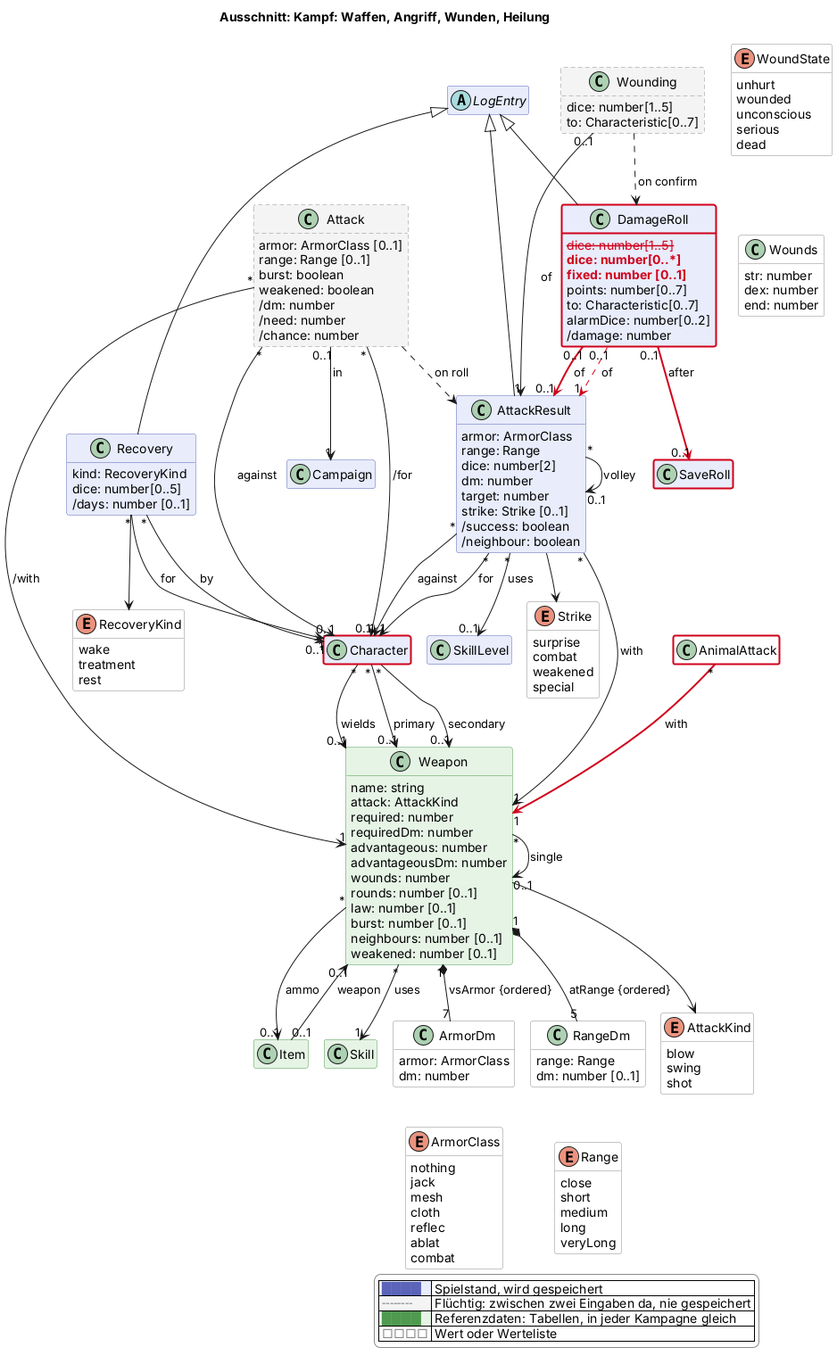
Before: docs/views/kampf.png, a diagram exported from PlantUML (scuzzar/SRE).
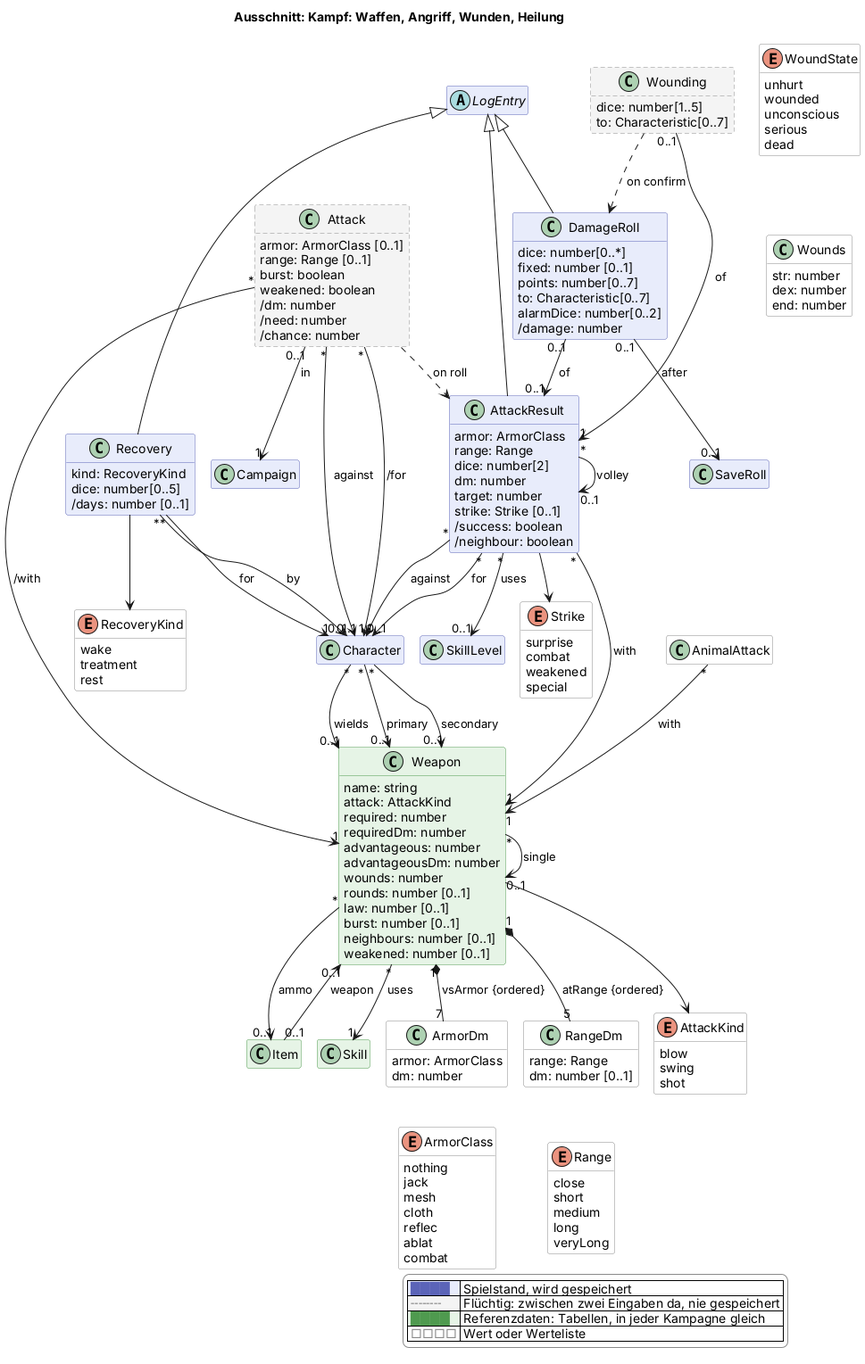
After the commit.

What changed in the source:
```diff
@@ -73,7 +73,7 @@
 
 
   abstract class LogEntry $probe
-  class SaveRoll $begegnung $newClass("2026-11-12c")
+  class SaveRoll $begegnung
 
   class Attack <<transient>> $kampf {
     armor: ArmorClass [0..1]
@@ -111,9 +111,8 @@
     rest
   }
   class DamageRoll $kampf {
-    $gone("2026-11-12c", "dice: number[1..5]")
-    $new("2026-11-12c", "dice: number[0..*]")
-    $new("2026-11-12c", "fixed: number [0..1]")
+    dice: number[0..*]
+    fixed: number [0..1]
     points: number[0..7]
     to: Characteristic[0..7]
     alarmDice: number[0..2]
@@ -135,7 +134,7 @@
     serious
     dead
   }
-  class AnimalAttack <<value>> $begegnung $newClass("2026-11-12c")
+  class AnimalAttack <<value>> $begegnung
 
   class Skill <<reference>> $charakter
   class Item <<reference>> $shop
@@ -220,13 +219,12 @@
 AttackResult "*" --> "0..1" SkillLevel : uses
 AttackResult "*" --> "0..1" AttackResult : volley
 AttackResult --> Strike
-DamageRoll "0..1" -$goneArrow("2026-11-12c")-> "1" AttackResult : of
-DamageRoll "0..1" -$newArrow("2026-11-12c")-> "0..1" AttackResult : of
+DamageRoll "0..1" --> "0..1" AttackResult : of
 Wounding "0..1" --> "1" AttackResult : of
 Wounding ..> DamageRoll : on confirm
 
-DamageRoll "0..1" -$newArrow("2026-11-12c")-> "0..1" SaveRoll : after
-AnimalAttack "*" -$newArrow("2026-11-12c")-> "1" Weapon : with
+DamageRoll "0..1" --> "0..1" SaveRoll : after
+AnimalAttack "*" --> "1" Weapon : with
 WoundState -[hidden]- Wounds
 
 
@@ -237,6 +235,4 @@
   |<#e6f4e6> <color:#4f9a4f>████</color> | Referenzdaten: Tabellen, in jeder Kampagne gleich |
   |<#ffffff> <color:#8a8a8a>□□□□</color> | Wert oder Werteliste |
 endlegend
-class Character #line:d0021b;line.bold
-class DamageRoll #line:d0021b;line.bold
 @enduml
```
